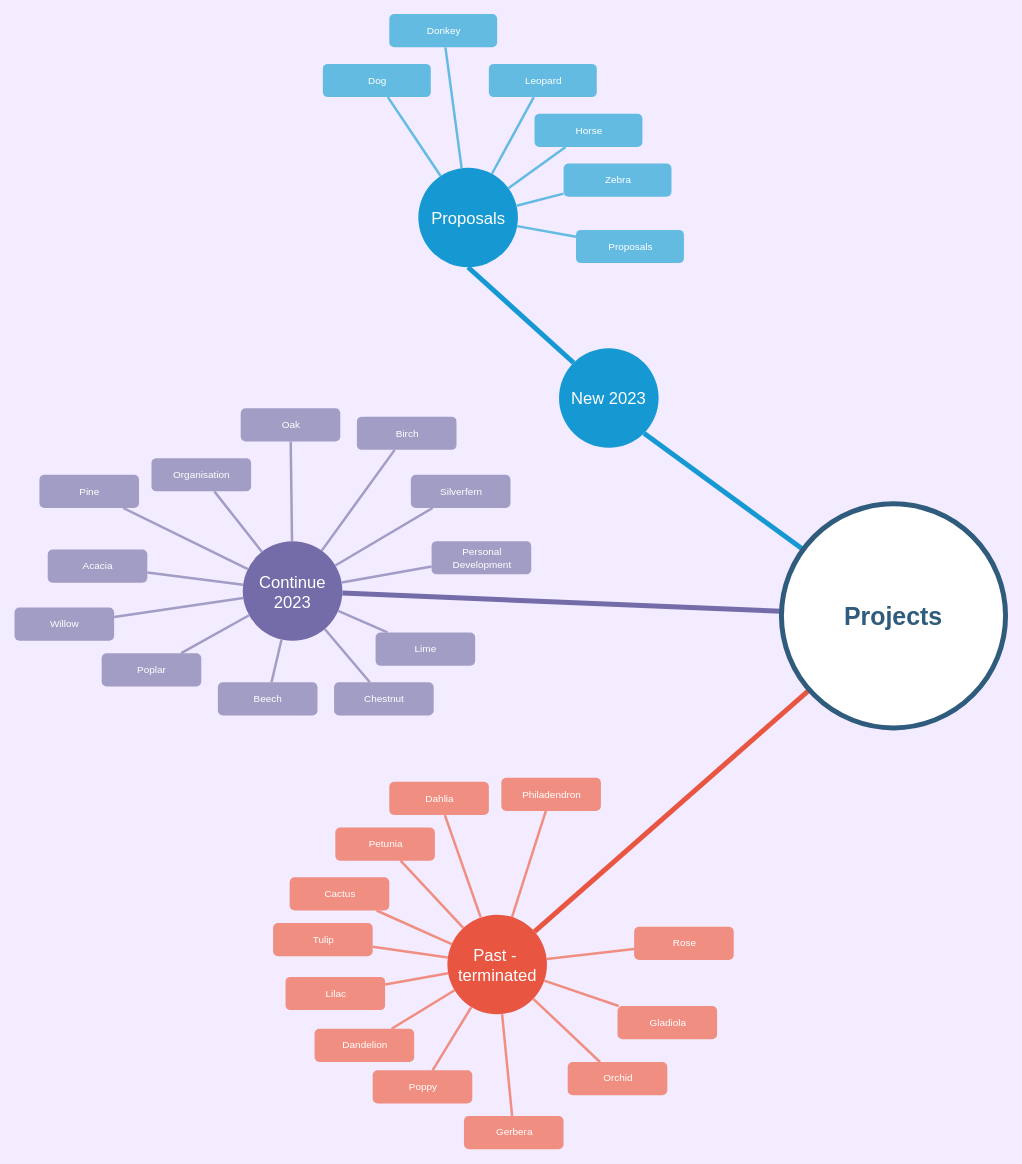
The draw.io diagram SCTL_Plans_2023.drawio in dmalawey/SCTL_Plans, before the edit. Source tidied: cells renumbered, new cells numbered last; positions are measured from the earlier drawing's top-left corner, leaving out a move shared by most shapes. Both pictures are drawn from the tidied source at 83%, with x=0, y=0 at pixel (14, 13).
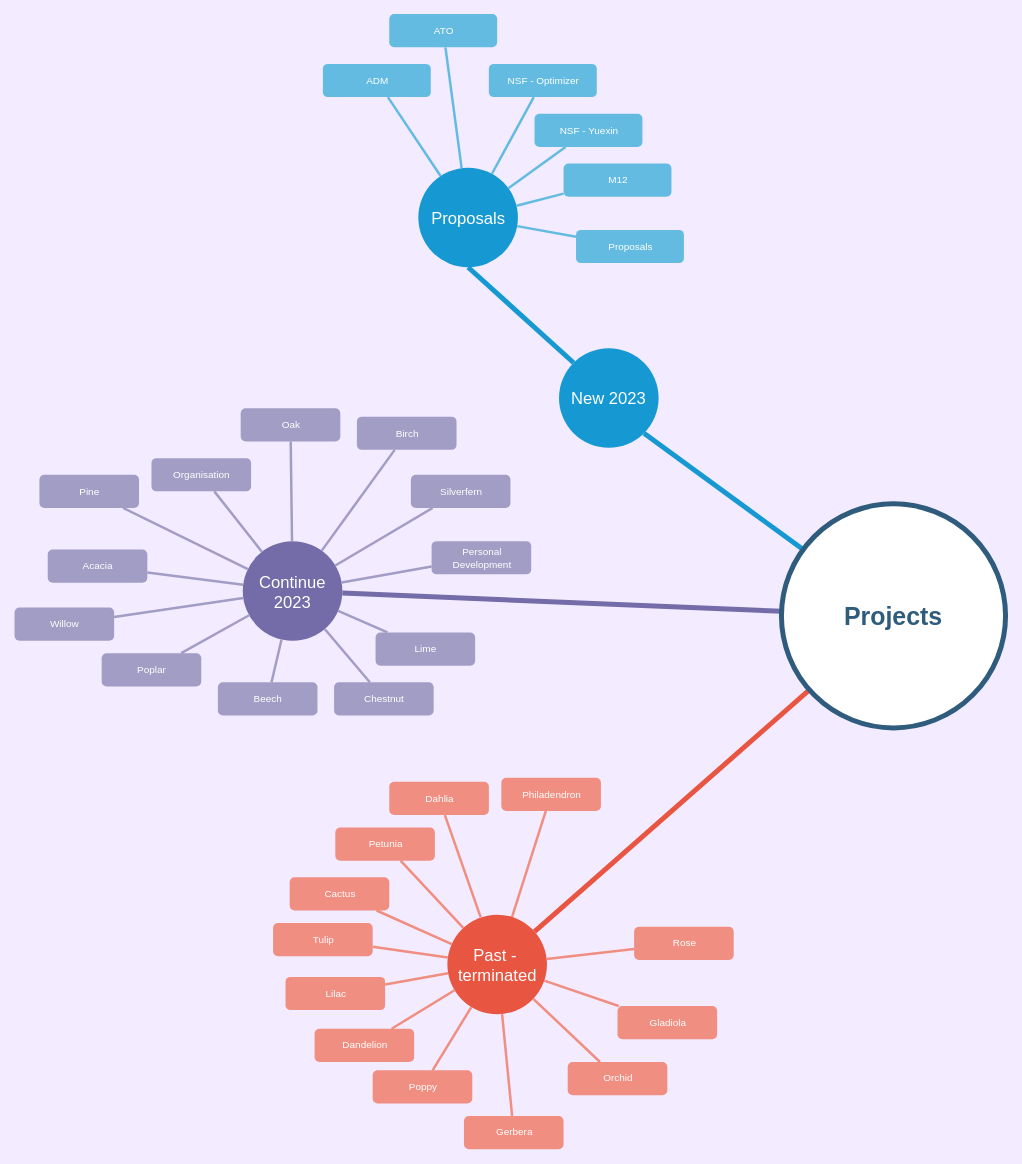
The same page after the edit.

The edit, as a diff of the source:
```diff
@@
-    <mxCell id="7" value="Dog" style="rounded=1;fillColor=#64BBE2;strokeColor=none;strokeWidth=3;shadow=0;html=1;fontColor=#FFFFFF;" parent="1" vertex="1">
+    <mxCell id="7" value="ADM" style="rounded=1;fillColor=#64BBE2;strokeColor=none;strokeWidth=3;shadow=0;html=1;fontColor=#FFFFFF;" parent="1" vertex="1">
       <mxGeometry x="371.5" y="60.5" width="130" height="40" as="geometry" />
     </mxCell>
-    <mxCell id="8" value="Donkey" style="rounded=1;fillColor=#64BBE2;strokeColor=none;strokeWidth=3;shadow=0;html=1;fontColor=#FFFFFF;" parent="1" vertex="1">
+    <mxCell id="8" value="ATO" style="rounded=1;fillColor=#64BBE2;strokeColor=none;strokeWidth=3;shadow=0;html=1;fontColor=#FFFFFF;" parent="1" vertex="1">
       <mxGeometry x="451.5" y="0.5" width="130" height="40" as="geometry" />
     </mxCell>
-    <mxCell id="9" value="Leopard" style="rounded=1;fillColor=#64BBE2;strokeColor=none;strokeWidth=3;shadow=0;html=1;fontColor=#FFFFFF;" parent="1" vertex="1">
+    <mxCell id="9" value="NSF - Optimizer" style="rounded=1;fillColor=#64BBE2;strokeColor=none;strokeWidth=3;shadow=0;html=1;fontColor=#FFFFFF;" parent="1" vertex="1">
       <mxGeometry x="571.5" y="60.5" width="130" height="40" as="geometry" />
     </mxCell>
-    <mxCell id="10" value="Horse" style="rounded=1;fillColor=#64BBE2;strokeColor=none;strokeWidth=3;shadow=0;html=1;fontColor=#FFFFFF;" parent="1" vertex="1">
+    <mxCell id="10" value="NSF - Yuexin" style="rounded=1;fillColor=#64BBE2;strokeColor=none;strokeWidth=3;shadow=0;html=1;fontColor=#FFFFFF;" parent="1" vertex="1">
       <mxGeometry x="626.5" y="120.5" width="130" height="40" as="geometry" />
     </mxCell>
-    <mxCell id="11" value="Zebra" style="rounded=1;fillColor=#64BBE2;strokeColor=none;strokeWidth=3;shadow=0;html=1;fontColor=#FFFFFF;" parent="1" vertex="1">
+    <mxCell id="11" value="M12" style="rounded=1;fillColor=#64BBE2;strokeColor=none;strokeWidth=3;shadow=0;html=1;fontColor=#FFFFFF;" parent="1" vertex="1">
       <mxGeometry x="661.5" y="180.5" width="130" height="40" as="geometry" />
     </mxCell>
```
